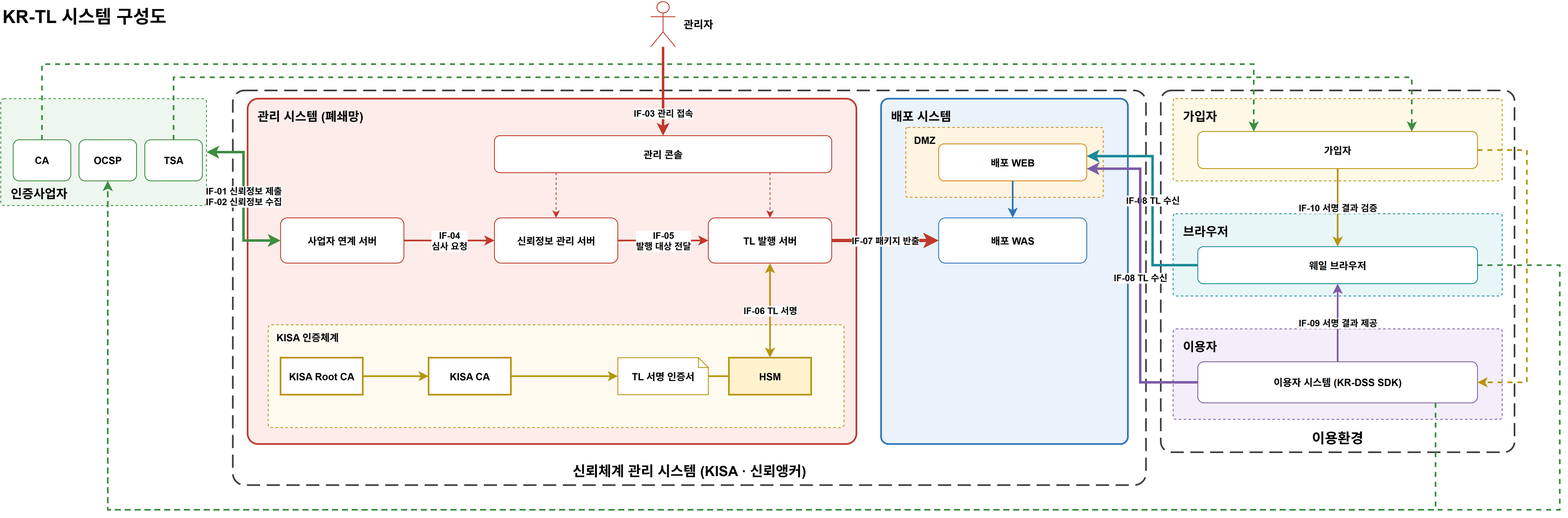
Earlier version of the draw.io export docs/design/KR-TL-관리시스템/diagrams/krtl-system.drawio.png (yongsungkim-electcerti/kr-dss). Source tidied: cells renumbered, new cells last; positions are measured from the earlier drawing's top-left corner, leaving out a move shared by most shapes.
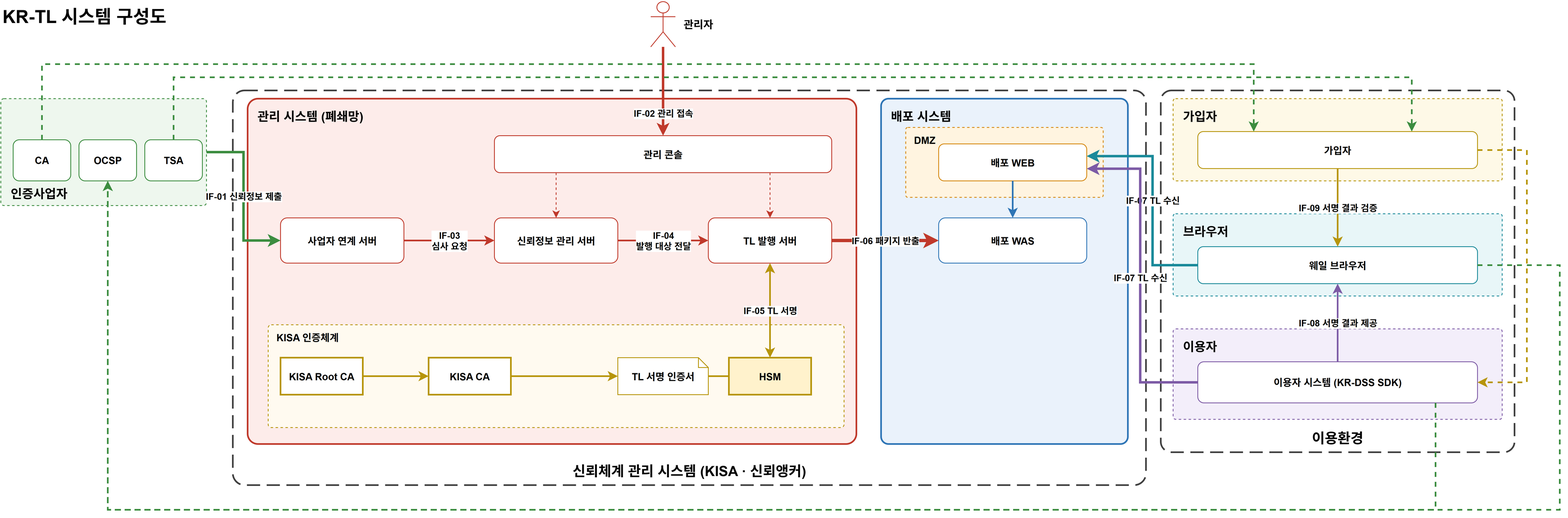
Later version of the same file.

Commit message:
docs(kr-tl): 신뢰정보 제출·수집을 IF-01 신뢰정보 제출(사업자 → KISA) 하나로 통일 [claude]

The edit, as a diff of the source:
```diff
@@ -86,7 +86,7 @@
     <mxCell id="29" value="이용자 시스템 (KR-DSS SDK)" style="rounded=1;whiteSpace=wrap;html=1;fillColor=#ffffff;strokeColor=#7d5ba6;strokeWidth=1;fontStyle=1;" parent="1" vertex="1">
       <mxGeometry x="1455" y="440" width="340" height="50" as="geometry" />
     </mxCell>
-    <mxCell id="30" value="IF-01 신뢰정보 제출&lt;br&gt;IF-02 신뢰정보 수집" style="edgeStyle=orthogonalEdgeStyle;rounded=0;html=1;fontSize=11;fontStyle=1;labelBackgroundColor=#ffffff;strokeColor=#3c8d40;strokeWidth=3;exitX=1;exitY=0.5;entryX=0;entryY=0.5;startArrow=classic;" parent="1" edge="1" source="5" target="18">
+    <mxCell id="30" value="IF-01 신뢰정보 제출" style="edgeStyle=orthogonalEdgeStyle;rounded=0;html=1;fontSize=11;fontStyle=1;labelBackgroundColor=#ffffff;strokeColor=#3c8d40;strokeWidth=3;exitX=1;exitY=0.5;entryX=0;entryY=0.5;" parent="1" edge="1" source="5" target="18">
       <mxGeometry relative="1" as="geometry">
         <Array as="points">
           <mxPoint x="295" y="185" />
@@ -94,7 +94,7 @@
         </Array>
       </mxGeometry>
     </mxCell>
-    <mxCell id="31" value="IF-03 관리 접속" style="edgeStyle=orthogonalEdgeStyle;rounded=0;html=1;fontSize=11;fontStyle=1;labelBackgroundColor=#ffffff;strokeColor=#c0392b;strokeWidth=3;exitX=0.5;exitY=1;entryX=0.5;entryY=0;" parent="1" edge="1" source="16" target="17">
+    <mxCell id="31" value="IF-02 관리 접속" style="edgeStyle=orthogonalEdgeStyle;rounded=0;html=1;fontSize=11;fontStyle=1;labelBackgroundColor=#ffffff;strokeColor=#c0392b;strokeWidth=3;exitX=0.5;exitY=1;entryX=0.5;entryY=0;" parent="1" edge="1" source="16" target="17">
       <mxGeometry x="0.5" relative="1" as="geometry" />
     </mxCell>
     <mxCell id="32" style="edgeStyle=orthogonalEdgeStyle;rounded=0;html=1;fontSize=11;fontStyle=1;labelBackgroundColor=#ffffff;strokeColor=#c0392b;strokeWidth=1;exitX=0.183;exitY=1;entryX=0.5;entryY=0;dashed=1;" parent="1" edge="1" source="17" target="19">
@@ -103,13 +103,13 @@
     <mxCell id="33" style="edgeStyle=orthogonalEdgeStyle;rounded=0;html=1;fontSize=11;fontStyle=1;labelBackgroundColor=#ffffff;strokeColor=#c0392b;strokeWidth=1;exitX=0.817;exitY=1;entryX=0.5;entryY=0;dashed=1;" parent="1" edge="1" source="17" target="20">
       <mxGeometry relative="1" as="geometry" />
     </mxCell>
-    <mxCell id="34" value="IF-04&lt;br&gt;심사 요청" style="edgeStyle=orthogonalEdgeStyle;rounded=0;html=1;fontSize=11;fontStyle=1;labelBackgroundColor=#ffffff;strokeColor=#c0392b;strokeWidth=2;exitX=1;exitY=0.5;entryX=0;entryY=0.5;" parent="1" edge="1" source="18" target="19">
+    <mxCell id="34" value="IF-03&lt;br&gt;심사 요청" style="edgeStyle=orthogonalEdgeStyle;rounded=0;html=1;fontSize=11;fontStyle=1;labelBackgroundColor=#ffffff;strokeColor=#c0392b;strokeWidth=2;exitX=1;exitY=0.5;entryX=0;entryY=0.5;" parent="1" edge="1" source="18" target="19">
       <mxGeometry relative="1" as="geometry" />
     </mxCell>
-    <mxCell id="35" value="IF-05&lt;br&gt;발행 대상 전달" style="edgeStyle=orthogonalEdgeStyle;rounded=0;html=1;fontSize=11;fontStyle=1;labelBackgroundColor=#ffffff;strokeColor=#c0392b;strokeWidth=2;exitX=1;exitY=0.5;entryX=0;entryY=0.5;" parent="1" edge="1" source="19" target="20">
+    <mxCell id="35" value="IF-04&lt;br&gt;발행 대상 전달" style="edgeStyle=orthogonalEdgeStyle;rounded=0;html=1;fontSize=11;fontStyle=1;labelBackgroundColor=#ffffff;strokeColor=#c0392b;strokeWidth=2;exitX=1;exitY=0.5;entryX=0;entryY=0.5;" parent="1" edge="1" source="19" target="20">
       <mxGeometry relative="1" as="geometry" />
     </mxCell>
-    <mxCell id="36" value="IF-06 TL 서명" style="edgeStyle=orthogonalEdgeStyle;rounded=0;html=1;fontSize=11;fontStyle=1;labelBackgroundColor=#ffffff;strokeColor=#b7950b;strokeWidth=2;exitX=0.5;exitY=1;entryX=0.5;entryY=0;startArrow=classic;" parent="1" edge="1" source="20" target="24">
+    <mxCell id="36" value="IF-05 TL 서명" style="edgeStyle=orthogonalEdgeStyle;rounded=0;html=1;fontSize=11;fontStyle=1;labelBackgroundColor=#ffffff;strokeColor=#b7950b;strokeWidth=2;exitX=0.5;exitY=1;entryX=0.5;entryY=0;startArrow=classic;" parent="1" edge="1" source="20" target="24">
       <mxGeometry relative="1" as="geometry" />
     </mxCell>
     <mxCell id="37" style="edgeStyle=orthogonalEdgeStyle;rounded=0;html=1;fontSize=11;fontStyle=1;labelBackgroundColor=#ffffff;strokeColor=#b7950b;strokeWidth=2;exitX=1;exitY=0.5;entryX=0;entryY=0.5;" parent="1" edge="1" source="21" target="22">
@@ -121,13 +121,13 @@
     <mxCell id="39" style="edgeStyle=orthogonalEdgeStyle;rounded=0;html=1;fontSize=11;fontStyle=1;labelBackgroundColor=#ffffff;strokeColor=#b7950b;strokeWidth=2;exitX=1;exitY=0.5;entryX=0;entryY=0.5;endArrow=none;" parent="1" edge="1" source="23" target="24">
       <mxGeometry relative="1" as="geometry" />
     </mxCell>
-    <mxCell id="40" value="IF-07 패키지 반출" style="edgeStyle=orthogonalEdgeStyle;rounded=0;html=1;fontSize=11;fontStyle=1;labelBackgroundColor=#ffffff;strokeColor=#c0392b;strokeWidth=4;exitX=1;exitY=0.5;entryX=0;entryY=0.5;" parent="1" edge="1" source="20" target="26">
+    <mxCell id="40" value="IF-06 패키지 반출" style="edgeStyle=orthogonalEdgeStyle;rounded=0;html=1;fontSize=11;fontStyle=1;labelBackgroundColor=#ffffff;strokeColor=#c0392b;strokeWidth=4;exitX=1;exitY=0.5;entryX=0;entryY=0.5;" parent="1" edge="1" source="20" target="26">
       <mxGeometry relative="1" as="geometry" />
     </mxCell>
     <mxCell id="41" style="edgeStyle=orthogonalEdgeStyle;rounded=0;html=1;fontSize=11;fontStyle=1;labelBackgroundColor=#ffffff;strokeColor=#2e75b6;strokeWidth=2;exitX=0.5;exitY=1;entryX=0.5;entryY=0;" parent="1" edge="1" source="25" target="26">
       <mxGeometry relative="1" as="geometry" />
     </mxCell>
-    <mxCell id="42" value="IF-08 TL 수신" style="edgeStyle=orthogonalEdgeStyle;rounded=0;html=1;fontSize=11;fontStyle=1;labelBackgroundColor=#ffffff;strokeColor=#1a8a9a;strokeWidth=3;exitX=0;exitY=0.5;entryX=1;entryY=0.33;" parent="1" edge="1" source="28" target="25">
+    <mxCell id="42" value="IF-07 TL 수신" style="edgeStyle=orthogonalEdgeStyle;rounded=0;html=1;fontSize=11;fontStyle=1;labelBackgroundColor=#ffffff;strokeColor=#1a8a9a;strokeWidth=3;exitX=0;exitY=0.5;entryX=1;entryY=0.33;" parent="1" edge="1" source="28" target="25">
       <mxGeometry relative="1" as="geometry">
         <Array as="points">
           <mxPoint x="1400" y="322" />
@@ -135,7 +135,7 @@
         </Array>
       </mxGeometry>
     </mxCell>
-    <mxCell id="43" value="IF-08 TL 수신" style="edgeStyle=orthogonalEdgeStyle;rounded=0;html=1;fontSize=11;fontStyle=1;labelBackgroundColor=#ffffff;strokeColor=#7d5ba6;strokeWidth=3;exitX=0;exitY=0.5;entryX=1;entryY=0.67;" parent="1" edge="1" source="29" target="25">
+    <mxCell id="43" value="IF-07 TL 수신" style="edgeStyle=orthogonalEdgeStyle;rounded=0;html=1;fontSize=11;fontStyle=1;labelBackgroundColor=#ffffff;strokeColor=#7d5ba6;strokeWidth=3;exitX=0;exitY=0.5;entryX=1;entryY=0.67;" parent="1" edge="1" source="29" target="25">
       <mxGeometry relative="1" as="geometry">
         <Array as="points">
           <mxPoint x="1385" y="465" />
@@ -167,10 +167,10 @@
         </Array>
       </mxGeometry>
     </mxCell>
-    <mxCell id="47" value="IF-09 서명 결과 제공" style="edgeStyle=orthogonalEdgeStyle;rounded=0;html=1;fontSize=11;fontStyle=1;labelBackgroundColor=#ffffff;strokeColor=#7d5ba6;strokeWidth=2;exitX=0.5;exitY=0;entryX=0.5;entryY=1;" parent="1" edge="1" source="29" target="28">
+    <mxCell id="47" value="IF-08 서명 결과 제공" style="edgeStyle=orthogonalEdgeStyle;rounded=0;html=1;fontSize=11;fontStyle=1;labelBackgroundColor=#ffffff;strokeColor=#7d5ba6;strokeWidth=2;exitX=0.5;exitY=0;entryX=0.5;entryY=1;" parent="1" edge="1" source="29" target="28">
       <mxGeometry relative="1" as="geometry" />
     </mxCell>
-    <mxCell id="48" value="IF-10 서명 결과 검증" style="edgeStyle=orthogonalEdgeStyle;rounded=0;html=1;fontSize=11;fontStyle=1;labelBackgroundColor=#ffffff;strokeColor=#b7950b;strokeWidth=2;exitX=0.5;exitY=1;entryX=0.5;entryY=0;" parent="1" edge="1" source="27" target="28">
+    <mxCell id="48" value="IF-09 서명 결과 검증" style="edgeStyle=orthogonalEdgeStyle;rounded=0;html=1;fontSize=11;fontStyle=1;labelBackgroundColor=#ffffff;strokeColor=#b7950b;strokeWidth=2;exitX=0.5;exitY=1;entryX=0.5;entryY=0;" parent="1" edge="1" source="27" target="28">
       <mxGeometry relative="1" as="geometry" />
     </mxCell>
     <mxCell id="49" style="edgeStyle=orthogonalEdgeStyle;rounded=0;html=1;fontSize=11;fontStyle=1;labelBackgroundColor=#ffffff;strokeColor=#3c8d40;strokeWidth=2;exitX=0.85;exitY=1;entryX=0.5;entryY=1;dashed=1;" parent="1" edge="1" source="29" target="14">
```
